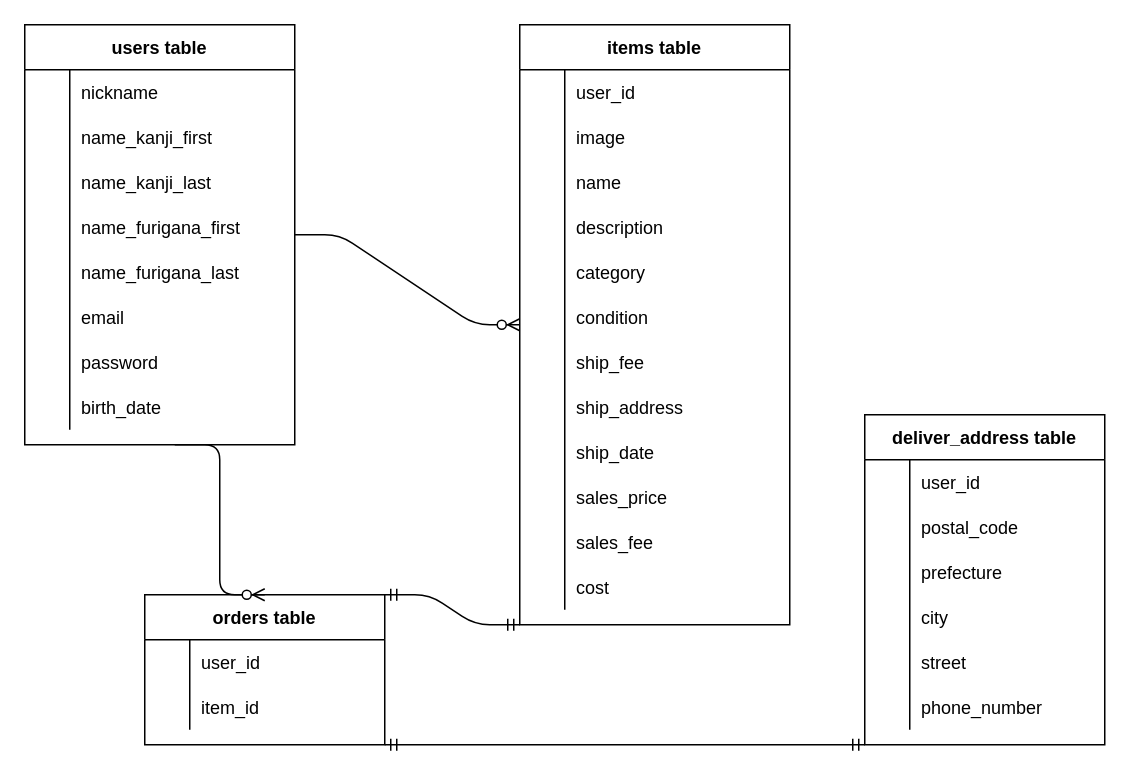
This is furima.dio from yhoriguchi29/furima-34954, a draw.io file, before an edit. Source tidied: cells renumbered, new cells numbered last; positions are measured from the earlier drawing's top-left corner, leaving out a move shared by most shapes. Both pictures are drawn from the tidied source at 150%, with x=0, y=0 at pixel (24, 24).
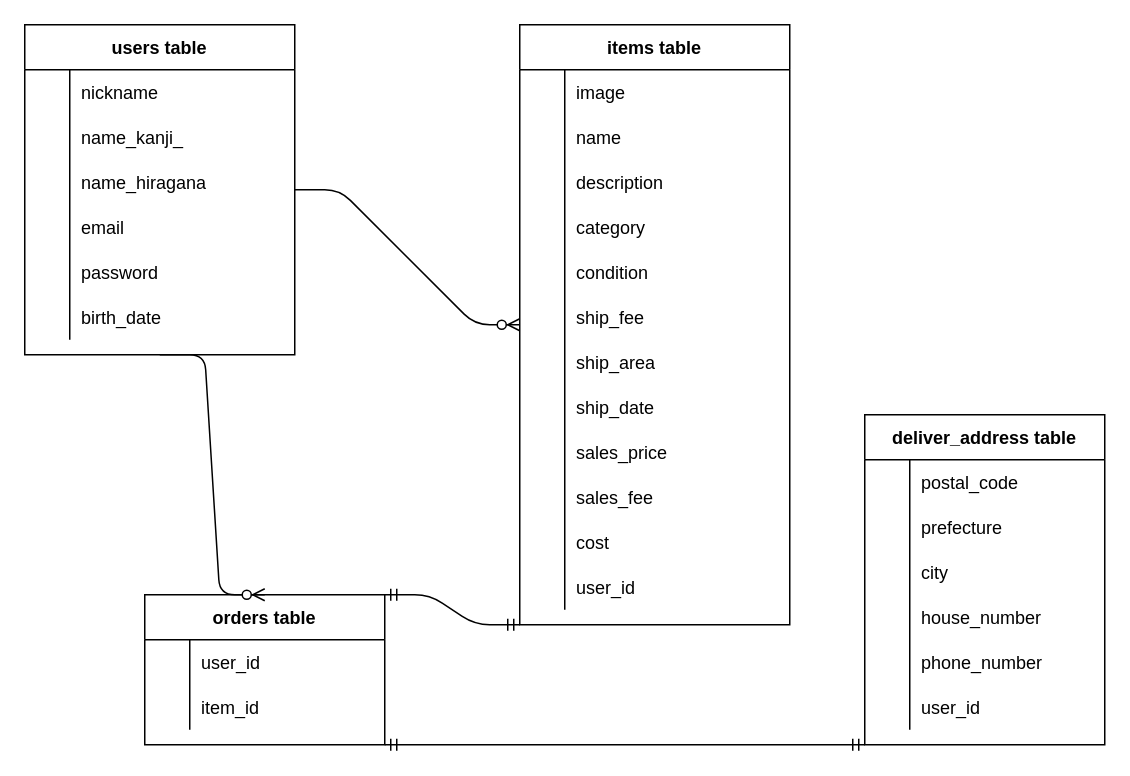
The same page after the edit.

Commit message (it also covers changes not shown here):
データベース設計１

Unchanged cells that the change refers to:
```xml
<mxCell id="2" value="orders table" style="shape=table;startSize=30;childLayout=tableLayout;rowLines=0;fontStyle=1;align=center;" parent="1" vertex="1">
  <mxGeometry x="80" y="380" width="160" height="100" as="geometry" />
</mxCell>
<mxCell id="9" value="items table" style="shape=table;startSize=30;childLayout=tableLayout;rowLines=0;fontStyle=1;align=center;" parent="1" vertex="1">
  <mxGeometry x="330" width="180" height="400" as="geometry" />
</mxCell>
<mxCell id="50" style="shape=partialRectangle;fillColor=none;top=0;left=0;bottom=0;right=0;" parent="46" vertex="1">
  <mxGeometry y="60" width="180" height="30" as="geometry" />
</mxCell>
<mxCell id="71" value="deliver_address table" style="shape=table;startSize=30;childLayout=tableLayout;rowLines=0;fontStyle=1;align=center;" parent="1" vertex="1">
  <mxGeometry x="560" y="260" width="160" height="220" as="geometry" />
</mxCell>
```

Diff of the diagram source:
```diff
@@
-    <mxCell id="10" style="shape=partialRectangle;fillColor=none;top=0;left=0;bottom=0;right=0;" parent="9" vertex="1">
-      <mxGeometry y="30" width="180" height="30" as="geometry" />
-    </mxCell>
-    <mxCell id="11" style="shape=partialRectangle;fillColor=none;top=0;left=0;bottom=0;right=0;overflow=hidden;" parent="10" vertex="1">
-      <mxGeometry width="30" height="30" as="geometry" />
-    </mxCell>
-    <mxCell id="12" value="user_id" style="shape=partialRectangle;fillColor=none;top=0;left=0;bottom=0;right=0;align=left;spacingLeft=6;overflow=hidden;" parent="10" vertex="1">
-      <mxGeometry x="30" width="150" height="30" as="geometry" />
-    </mxCell>
     <mxCell id="13" style="shape=partialRectangle;fillColor=none;top=0;left=0;bottom=0;right=0;" parent="9" vertex="1">
-      <mxGeometry y="60" width="180" height="30" as="geometry" />
+      <mxGeometry y="30" width="180" height="30" as="geometry" />
     </mxCell>
@@
     <mxCell id="16" style="shape=partialRectangle;fillColor=none;top=0;left=0;bottom=0;right=0;" parent="9" vertex="1">
-      <mxGeometry y="90" width="180" height="30" as="geometry" />
+      <mxGeometry y="60" width="180" height="30" as="geometry" />
     </mxCell>
@@
     <mxCell id="19" style="shape=partialRectangle;fillColor=none;top=0;left=0;bottom=0;right=0;" parent="9" vertex="1">
-      <mxGeometry y="120" width="180" height="30" as="geometry" />
+      <mxGeometry y="90" width="180" height="30" as="geometry" />
     </mxCell>
@@
     <mxCell id="22" style="shape=partialRectangle;fillColor=none;top=0;left=0;bottom=0;right=0;" parent="9" vertex="1">
-      <mxGeometry y="150" width="180" height="30" as="geometry" />
+      <mxGeometry y="120" width="180" height="30" as="geometry" />
     </mxCell>
@@
     <mxCell id="25" style="shape=partialRectangle;fillColor=none;top=0;left=0;bottom=0;right=0;" parent="9" vertex="1">
-      <mxGeometry y="180" width="180" height="30" as="geometry" />
+      <mxGeometry y="150" width="180" height="30" as="geometry" />
     </mxCell>
@@
     <mxCell id="28" style="shape=partialRectangle;fillColor=none;top=0;left=0;bottom=0;right=0;" parent="9" vertex="1">
-      <mxGeometry y="210" width="180" height="30" as="geometry" />
+      <mxGeometry y="180" width="180" height="30" as="geometry" />
     </mxCell>
@@
     <mxCell id="31" style="shape=partialRectangle;fillColor=none;top=0;left=0;bottom=0;right=0;" parent="9" vertex="1">
-      <mxGeometry y="240" width="180" height="30" as="geometry" />
+      <mxGeometry y="210" width="180" height="30" as="geometry" />
     </mxCell>
@@
-    <mxCell id="33" value="ship_address" style="shape=partialRectangle;fillColor=none;top=0;left=0;bottom=0;right=0;align=left;spacingLeft=6;overflow=hidden;" parent="31" vertex="1">
+    <mxCell id="33" value="ship_area" style="shape=partialRectangle;fillColor=none;top=0;left=0;bottom=0;right=0;align=left;spacingLeft=6;overflow=hidden;" parent="31" vertex="1">
       <mxGeometry x="30" width="150" height="30" as="geometry" />
     </mxCell>
     <mxCell id="34" style="shape=partialRectangle;fillColor=none;top=0;left=0;bottom=0;right=0;" parent="9" vertex="1">
-      <mxGeometry y="270" width="180" height="30" as="geometry" />
+      <mxGeometry y="240" width="180" height="30" as="geometry" />
     </mxCell>
@@
     <mxCell id="37" style="shape=partialRectangle;fillColor=none;top=0;left=0;bottom=0;right=0;" parent="9" vertex="1">
-      <mxGeometry y="300" width="180" height="30" as="geometry" />
+      <mxGeometry y="270" width="180" height="30" as="geometry" />
     </mxCell>
@@
     <mxCell id="40" style="shape=partialRectangle;fillColor=none;top=0;left=0;bottom=0;right=0;" parent="9" vertex="1">
-      <mxGeometry y="330" width="180" height="30" as="geometry" />
+      <mxGeometry y="300" width="180" height="30" as="geometry" />
     </mxCell>
@@
     <mxCell id="43" style="shape=partialRectangle;fillColor=none;top=0;left=0;bottom=0;right=0;" parent="9" vertex="1">
-      <mxGeometry y="360" width="180" height="30" as="geometry" />
+      <mxGeometry y="330" width="180" height="30" as="geometry" />
     </mxCell>
@@
+    <mxCell id="94" style="shape=partialRectangle;fillColor=none;top=0;left=0;bottom=0;right=0;" parent="9" vertex="1">
+      <mxGeometry y="360" width="180" height="30" as="geometry" />
+    </mxCell>
+    <mxCell id="95" style="shape=partialRectangle;fillColor=none;top=0;left=0;bottom=0;right=0;overflow=hidden;" parent="94" vertex="1">
+      <mxGeometry width="30" height="30" as="geometry" />
+    </mxCell>
+    <mxCell id="12" value="user_id" style="shape=partialRectangle;fillColor=none;top=0;left=0;bottom=0;right=0;align=left;spacingLeft=6;overflow=hidden;" parent="94" vertex="1">
+      <mxGeometry x="30" width="150" height="30" as="geometry" />
+    </mxCell>
     <mxCell id="46" value="users table" style="shape=table;startSize=30;childLayout=tableLayout;rowLines=0;fontStyle=1;align=center;" parent="1" vertex="1">
-      <mxGeometry width="180" height="280" as="geometry" />
+      <mxGeometry width="180" height="220" as="geometry" />
     </mxCell>
@@
-    <mxCell id="52" value="name_kanji_first" style="shape=partialRectangle;fillColor=none;top=0;left=0;bottom=0;right=0;align=left;spacingLeft=6;overflow=hidden;" parent="50" vertex="1">
+    <mxCell id="52" value="name_kanji_" style="shape=partialRectangle;fillColor=none;top=0;left=0;bottom=0;right=0;align=left;spacingLeft=6;overflow=hidden;" parent="50" vertex="1">
       <mxGeometry x="30" width="150" height="30" as="geometry" />
     </mxCell>
-    <mxCell id="53" style="shape=partialRectangle;fillColor=none;top=0;left=0;bottom=0;right=0;" parent="46" vertex="1">
-      <mxGeometry y="90" width="180" height="30" as="geometry" />
-    </mxCell>
-    <mxCell id="54" style="shape=partialRectangle;fillColor=none;top=0;left=0;bottom=0;right=0;overflow=hidden;" parent="53" vertex="1">
-      <mxGeometry width="30" height="30" as="geometry" />
-    </mxCell>
-    <mxCell id="55" value="name_kanji_last" style="shape=partialRectangle;fillColor=none;top=0;left=0;bottom=0;right=0;align=left;spacingLeft=6;overflow=hidden;" parent="53" vertex="1">
-      <mxGeometry x="30" width="150" height="30" as="geometry" />
-    </mxCell>
     <mxCell id="56" style="shape=partialRectangle;fillColor=none;top=0;left=0;bottom=0;right=0;" parent="46" vertex="1">
-      <mxGeometry y="120" width="180" height="30" as="geometry" />
+      <mxGeometry y="90" width="180" height="30" as="geometry" />
     </mxCell>
@@
-    <mxCell id="58" value="name_furigana_first" style="shape=partialRectangle;fillColor=none;top=0;left=0;bottom=0;right=0;align=left;spacingLeft=6;overflow=hidden;" parent="56" vertex="1">
+    <mxCell id="58" value="name_hiragana" style="shape=partialRectangle;fillColor=none;top=0;left=0;bottom=0;right=0;align=left;spacingLeft=6;overflow=hidden;" parent="56" vertex="1">
       <mxGeometry x="30" width="150" height="30" as="geometry" />
     </mxCell>
-    <mxCell id="59" style="shape=partialRectangle;fillColor=none;top=0;left=0;bottom=0;right=0;" parent="46" vertex="1">
-      <mxGeometry y="150" width="180" height="30" as="geometry" />
-    </mxCell>
-    <mxCell id="60" style="shape=partialRectangle;fillColor=none;top=0;left=0;bottom=0;right=0;overflow=hidden;" parent="59" vertex="1">
-      <mxGeometry width="30" height="30" as="geometry" />
-    </mxCell>
-    <mxCell id="61" value="name_furigana_last" style="shape=partialRectangle;fillColor=none;top=0;left=0;bottom=0;right=0;align=left;spacingLeft=6;overflow=hidden;" parent="59" vertex="1">
-      <mxGeometry x="30" width="150" height="30" as="geometry" />
-    </mxCell>
     <mxCell id="62" style="shape=partialRectangle;fillColor=none;top=0;left=0;bottom=0;right=0;" parent="46" vertex="1">
-      <mxGeometry y="180" width="180" height="30" as="geometry" />
+      <mxGeometry y="120" width="180" height="30" as="geometry" />
     </mxCell>
@@
     <mxCell id="65" style="shape=partialRectangle;fillColor=none;top=0;left=0;bottom=0;right=0;" parent="46" vertex="1">
-      <mxGeometry y="210" width="180" height="30" as="geometry" />
+      <mxGeometry y="150" width="180" height="30" as="geometry" />
     </mxCell>
@@
     <mxCell id="68" style="shape=partialRectangle;fillColor=none;top=0;left=0;bottom=0;right=0;" parent="46" vertex="1">
-      <mxGeometry y="240" width="180" height="30" as="geometry" />
+      <mxGeometry y="180" width="180" height="30" as="geometry" />
     </mxCell>
@@
-    <mxCell id="72" style="shape=partialRectangle;fillColor=none;top=0;left=0;bottom=0;right=0;" parent="71" vertex="1">
-      <mxGeometry y="30" width="160" height="30" as="geometry" />
-    </mxCell>
-    <mxCell id="73" style="shape=partialRectangle;fillColor=none;top=0;left=0;bottom=0;right=0;overflow=hidden;" parent="72" vertex="1">
-      <mxGeometry width="30" height="30" as="geometry" />
-    </mxCell>
-    <mxCell id="74" value="user_id" style="shape=partialRectangle;fillColor=none;top=0;left=0;bottom=0;right=0;align=left;spacingLeft=6;overflow=hidden;" parent="72" vertex="1">
-      <mxGeometry x="30" width="130" height="30" as="geometry" />
-    </mxCell>
     <mxCell id="75" style="shape=partialRectangle;fillColor=none;top=0;left=0;bottom=0;right=0;" parent="71" vertex="1">
-      <mxGeometry y="60" width="160" height="30" as="geometry" />
+      <mxGeometry y="30" width="160" height="30" as="geometry" />
     </mxCell>
@@
     <mxCell id="78" style="shape=partialRectangle;fillColor=none;top=0;left=0;bottom=0;right=0;" parent="71" vertex="1">
-      <mxGeometry y="90" width="160" height="30" as="geometry" />
+      <mxGeometry y="60" width="160" height="30" as="geometry" />
     </mxCell>
@@
     <mxCell id="81" style="shape=partialRectangle;fillColor=none;top=0;left=0;bottom=0;right=0;" parent="71" vertex="1">
-      <mxGeometry y="120" width="160" height="30" as="geometry" />
+      <mxGeometry y="90" width="160" height="30" as="geometry" />
     </mxCell>
@@
     <mxCell id="84" style="shape=partialRectangle;fillColor=none;top=0;left=0;bottom=0;right=0;" parent="71" vertex="1">
-      <mxGeometry y="150" width="160" height="30" as="geometry" />
+      <mxGeometry y="120" width="160" height="30" as="geometry" />
     </mxCell>
@@
-    <mxCell id="86" value="street" style="shape=partialRectangle;fillColor=none;top=0;left=0;bottom=0;right=0;align=left;spacingLeft=6;overflow=hidden;" parent="84" vertex="1">
+    <mxCell id="86" value="house_number" style="shape=partialRectangle;fillColor=none;top=0;left=0;bottom=0;right=0;align=left;spacingLeft=6;overflow=hidden;" parent="84" vertex="1">
       <mxGeometry x="30" width="130" height="30" as="geometry" />
     </mxCell>
     <mxCell id="87" style="shape=partialRectangle;fillColor=none;top=0;left=0;bottom=0;right=0;" parent="71" vertex="1">
-      <mxGeometry y="180" width="160" height="30" as="geometry" />
+      <mxGeometry y="150" width="160" height="30" as="geometry" />
     </mxCell>
@@
+    <mxCell id="96" style="shape=partialRectangle;fillColor=none;top=0;left=0;bottom=0;right=0;" parent="71" vertex="1">
+      <mxGeometry y="180" width="160" height="30" as="geometry" />
+    </mxCell>
+    <mxCell id="97" style="shape=partialRectangle;fillColor=none;top=0;left=0;bottom=0;right=0;overflow=hidden;" parent="96" vertex="1">
+      <mxGeometry width="30" height="30" as="geometry" />
+    </mxCell>
+    <mxCell id="74" value="user_id" style="shape=partialRectangle;fillColor=none;top=0;left=0;bottom=0;right=0;align=left;spacingLeft=6;overflow=hidden;" parent="96" vertex="1">
+      <mxGeometry x="30" width="130" height="30" as="geometry" />
+    </mxCell>
-    <mxCell id="90" style="edgeStyle=entityRelationEdgeStyle;fontSize=12;html=1;endArrow=ERzeroToMany;endFill=1;entryX=0.5;entryY=0;entryDx=0;entryDy=0;" parent="1" edge="1" target="2">
-      <mxGeometry relative="1" as="geometry">
-        <mxPoint x="100" y="280" as="sourcePoint" />
-      </mxGeometry>
+    <mxCell id="90" style="edgeStyle=entityRelationEdgeStyle;fontSize=12;html=1;endArrow=ERzeroToMany;endFill=1;entryX=0.5;entryY=0;entryDx=0;entryDy=0;exitX=0.5;exitY=1;exitDx=0;exitDy=0;" parent="1" edge="1" source="46" target="2">
+      <mxGeometry relative="1" as="geometry" />
     </mxCell>
```
